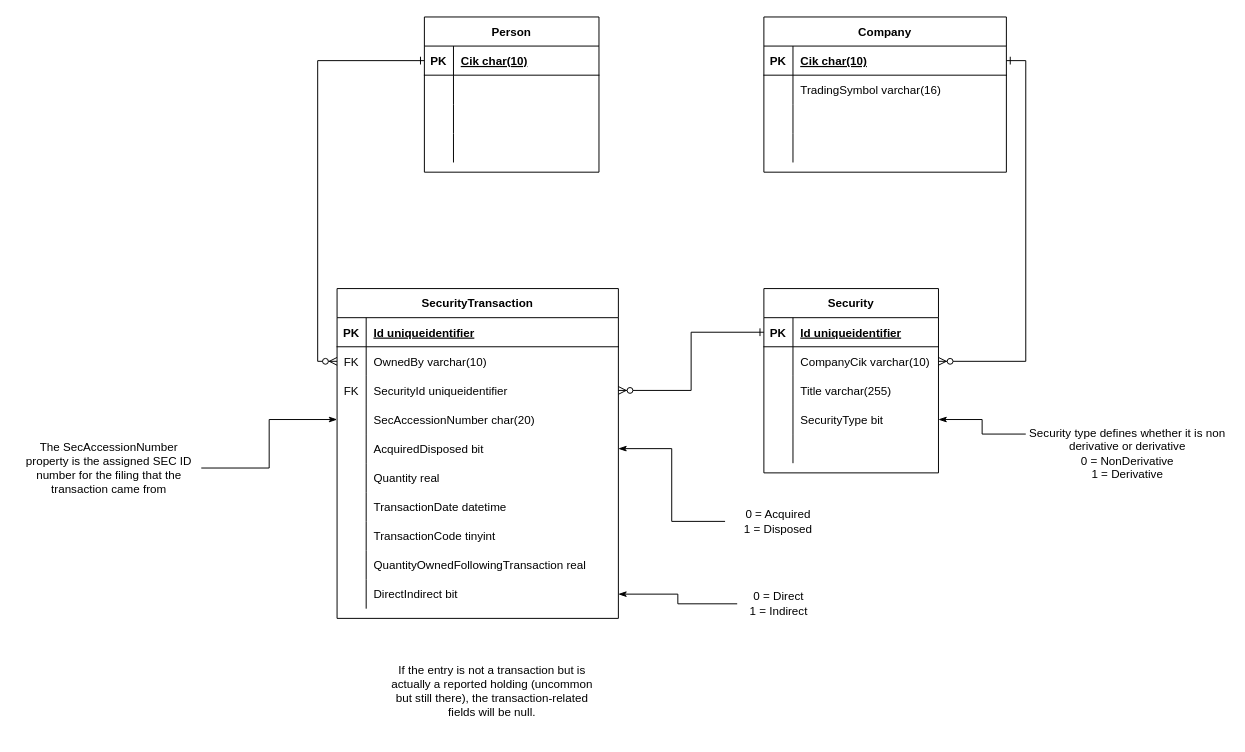
TimHanewich/Aletheia-Engine-Library keeps this draw.io diagram as AletheiaErd.drawio. Above is the earlier version. Source tidied: cells renumbered, new cells numbered last; positions are measured from the earlier drawing's top-left corner, leaving out a move shared by most shapes. Both pictures are drawn from the tidied source at 97%, with x=0, y=0 at pixel (16, 16).
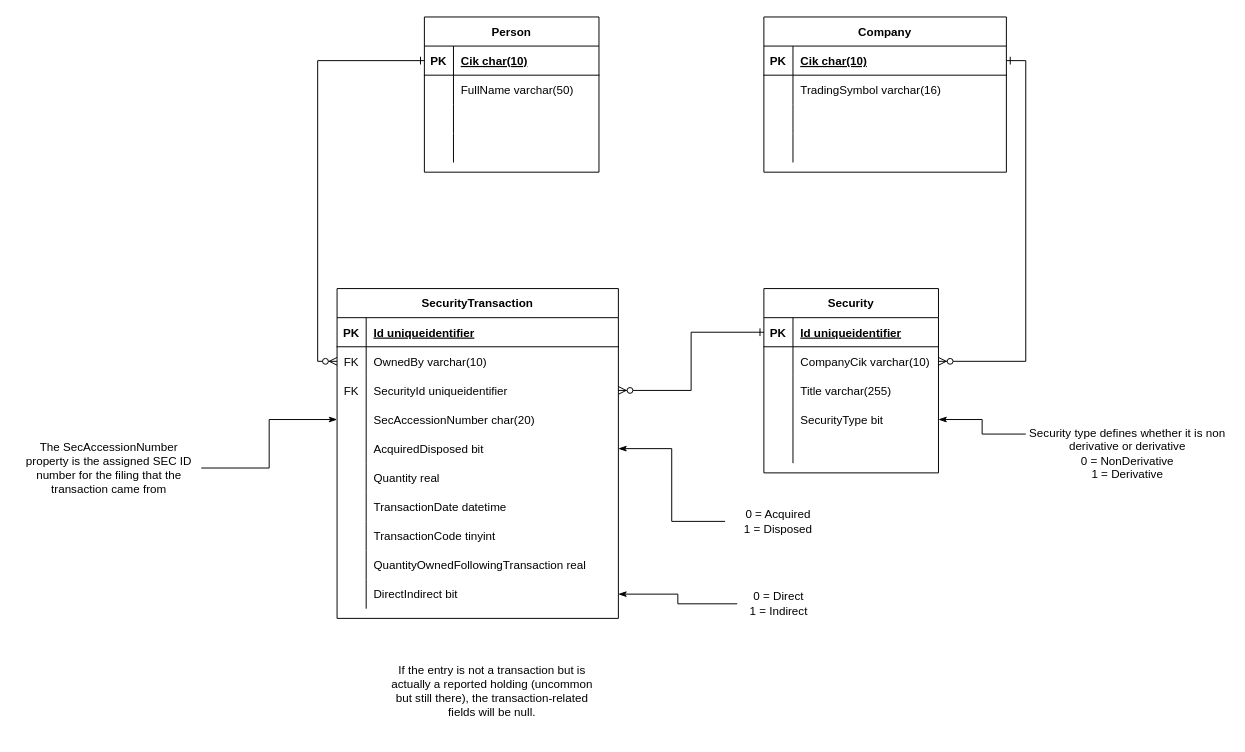
Above is the later version.

Commit message:
Added FullName column to person in ERD

Unchanged cells that the change refers to:
```xml
<mxCell id="6" style="shape=partialRectangle;fillColor=none;top=0;left=0;bottom=0;right=0;" parent="2" vertex="1">
  <mxGeometry y="60" width="180" height="30" as="geometry" />
</mxCell>
```

Diff of the diagram source:
```diff
@@
-    <mxCell id="8" style="shape=partialRectangle;fillColor=none;top=0;left=0;bottom=0;right=0;align=left;spacingLeft=6;overflow=hidden;" parent="6" vertex="1">
+    <mxCell id="8" value="FullName varchar(50)" style="shape=partialRectangle;fillColor=none;top=0;left=0;bottom=0;right=0;align=left;spacingLeft=6;overflow=hidden;" parent="6" vertex="1">
       <mxGeometry x="30" width="150" height="30" as="geometry" />
     </mxCell>
```
